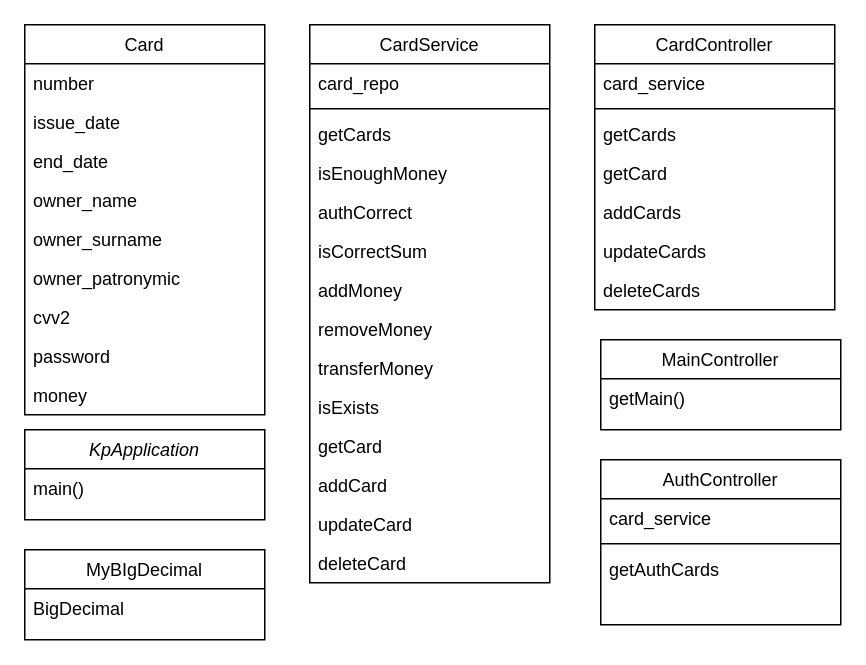
Before: CLass.drawio in UnknownBoom/UP, a draw.io diagram. Source tidied: cells renumbered, new cells numbered last; positions are measured from the earlier drawing's top-left corner, leaving out a move shared by most shapes. Both pictures are drawn from the tidied source at 150%, with x=0, y=0 at pixel (24, 24).
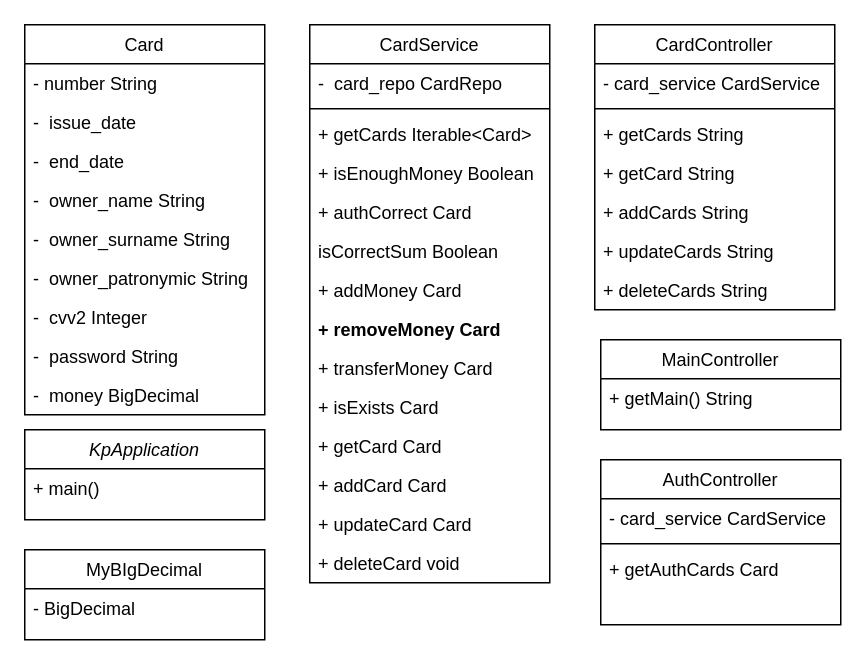
The same page after the edit.

The change refers to these unchanged cells:
```xml
<mxCell id="2" value="KpApplication" style="swimlane;fontStyle=2;align=center;verticalAlign=top;horizontal=1;startSize=26;rounded=0;shadow=0;strokeWidth=1;" parent="1" vertex="1">
  <mxGeometry y="270" width="160" height="60" as="geometry" />
</mxCell>
<mxCell id="4" value="Card" style="swimlane;fontStyle=0;align=center;verticalAlign=top;horizontal=1;startSize=26;rounded=0;shadow=0;strokeWidth=1;" parent="1" vertex="1">
  <mxGeometry width="160" height="260" as="geometry" />
</mxCell>
<mxCell id="14" value="MyBIgDecimal" style="swimlane;fontStyle=0;align=center;verticalAlign=top;horizontal=1;startSize=26;rounded=0;shadow=0;strokeWidth=1;" parent="1" vertex="1">
  <mxGeometry y="350" width="160" height="60" as="geometry" />
</mxCell>
<mxCell id="16" value="CardService" style="swimlane;fontStyle=0;align=center;verticalAlign=top;horizontal=1;startSize=26;rounded=0;shadow=0;strokeWidth=1;" parent="1" vertex="1">
  <mxGeometry x="190" width="160" height="372" as="geometry" />
</mxCell>
<mxCell id="31" value="MainController" style="swimlane;fontStyle=0;align=center;verticalAlign=top;horizontal=1;startSize=26;rounded=0;shadow=0;strokeWidth=1;" parent="1" vertex="1">
  <mxGeometry x="384" y="210" width="160" height="60" as="geometry" />
</mxCell>
<mxCell id="33" value="CardController" style="swimlane;fontStyle=0;align=center;verticalAlign=top;horizontal=1;startSize=26;rounded=0;shadow=0;strokeWidth=1;" parent="1" vertex="1">
  <mxGeometry x="380" width="160" height="190" as="geometry" />
</mxCell>
<mxCell id="41" value="AuthController" style="swimlane;fontStyle=0;align=center;verticalAlign=top;horizontal=1;startSize=26;rounded=0;shadow=0;strokeWidth=1;" parent="1" vertex="1">
  <mxGeometry x="384" y="290" width="160" height="110" as="geometry" />
</mxCell>
```

The edit, as a diff of the source:
```diff
@@
-    <mxCell id="3" value="main()" style="text;align=left;verticalAlign=top;spacingLeft=4;spacingRight=4;overflow=hidden;" parent="2" vertex="1">
+    <mxCell id="3" value="+ main()" style="text;align=left;verticalAlign=top;spacingLeft=4;spacingRight=4;overflow=hidden;" parent="2" vertex="1">
       <mxGeometry y="26" width="160" height="26" as="geometry" />
     </mxCell>
@@
-    <mxCell id="5" value="number" style="text;align=left;verticalAlign=top;spacingLeft=4;spacingRight=4;overflow=hidden;" parent="4" vertex="1">
+    <mxCell id="5" value="- number String&#10;" style="text;align=left;verticalAlign=top;spacingLeft=4;spacingRight=4;overflow=hidden;" parent="4" vertex="1">
       <mxGeometry y="26" width="160" height="26" as="geometry" />
     </mxCell>
-    <mxCell id="6" value="issue_date" style="text;align=left;verticalAlign=top;spacingLeft=4;spacingRight=4;overflow=hidden;rounded=0;shadow=0;html=0;" parent="4" vertex="1">
+    <mxCell id="6" value="-  issue_date" style="text;align=left;verticalAlign=top;spacingLeft=4;spacingRight=4;overflow=hidden;rounded=0;shadow=0;html=0;" parent="4" vertex="1">
       <mxGeometry y="52" width="160" height="26" as="geometry" />
     </mxCell>
-    <mxCell id="7" value="end_date" style="text;align=left;verticalAlign=top;spacingLeft=4;spacingRight=4;overflow=hidden;rounded=0;shadow=0;html=0;" parent="4" vertex="1">
+    <mxCell id="7" value="-  end_date" style="text;align=left;verticalAlign=top;spacingLeft=4;spacingRight=4;overflow=hidden;rounded=0;shadow=0;html=0;" parent="4" vertex="1">
       <mxGeometry y="78" width="160" height="26" as="geometry" />
     </mxCell>
-    <mxCell id="8" value="owner_name" style="text;align=left;verticalAlign=top;spacingLeft=4;spacingRight=4;overflow=hidden;rounded=0;shadow=0;html=0;" parent="4" vertex="1">
+    <mxCell id="8" value="-  owner_name String" style="text;align=left;verticalAlign=top;spacingLeft=4;spacingRight=4;overflow=hidden;rounded=0;shadow=0;html=0;" parent="4" vertex="1">
       <mxGeometry y="104" width="160" height="26" as="geometry" />
     </mxCell>
-    <mxCell id="9" value="owner_surname" style="text;align=left;verticalAlign=top;spacingLeft=4;spacingRight=4;overflow=hidden;rounded=0;shadow=0;html=0;" parent="4" vertex="1">
+    <mxCell id="9" value="-  owner_surname  String" style="text;align=left;verticalAlign=top;spacingLeft=4;spacingRight=4;overflow=hidden;rounded=0;shadow=0;html=0;" parent="4" vertex="1">
       <mxGeometry y="130" width="160" height="26" as="geometry" />
     </mxCell>
-    <mxCell id="10" value="owner_patronymic" style="text;align=left;verticalAlign=top;spacingLeft=4;spacingRight=4;overflow=hidden;rounded=0;shadow=0;html=0;" parent="4" vertex="1">
+    <mxCell id="10" value="-  owner_patronymic String" style="text;align=left;verticalAlign=top;spacingLeft=4;spacingRight=4;overflow=hidden;rounded=0;shadow=0;html=0;" parent="4" vertex="1">
       <mxGeometry y="156" width="160" height="26" as="geometry" />
     </mxCell>
-    <mxCell id="11" value="cvv2" style="text;align=left;verticalAlign=top;spacingLeft=4;spacingRight=4;overflow=hidden;rounded=0;shadow=0;html=0;" parent="4" vertex="1">
+    <mxCell id="11" value="-  cvv2 Integer" style="text;align=left;verticalAlign=top;spacingLeft=4;spacingRight=4;overflow=hidden;rounded=0;shadow=0;html=0;" parent="4" vertex="1">
       <mxGeometry y="182" width="160" height="26" as="geometry" />
     </mxCell>
-    <mxCell id="12" value="password" style="text;align=left;verticalAlign=top;spacingLeft=4;spacingRight=4;overflow=hidden;rounded=0;shadow=0;html=0;" parent="4" vertex="1">
+    <mxCell id="12" value="-  password  String" style="text;align=left;verticalAlign=top;spacingLeft=4;spacingRight=4;overflow=hidden;rounded=0;shadow=0;html=0;" parent="4" vertex="1">
       <mxGeometry y="208" width="160" height="26" as="geometry" />
     </mxCell>
-    <mxCell id="13" value="money" style="text;align=left;verticalAlign=top;spacingLeft=4;spacingRight=4;overflow=hidden;rounded=0;shadow=0;html=0;" parent="4" vertex="1">
+    <mxCell id="13" value="-  money BigDecimal" style="text;align=left;verticalAlign=top;spacingLeft=4;spacingRight=4;overflow=hidden;rounded=0;shadow=0;html=0;" parent="4" vertex="1">
       <mxGeometry y="234" width="160" height="26" as="geometry" />
     </mxCell>
@@
-    <mxCell id="15" value="BigDecimal" style="text;align=left;verticalAlign=top;spacingLeft=4;spacingRight=4;overflow=hidden;" parent="14" vertex="1">
+    <mxCell id="15" value="- BigDecimal" style="text;align=left;verticalAlign=top;spacingLeft=4;spacingRight=4;overflow=hidden;" parent="14" vertex="1">
       <mxGeometry y="26" width="160" height="26" as="geometry" />
     </mxCell>
@@
-    <mxCell id="17" value="card_repo" style="text;align=left;verticalAlign=top;spacingLeft=4;spacingRight=4;overflow=hidden;" parent="16" vertex="1">
+    <mxCell id="17" value="-  card_repo CardRepo" style="text;align=left;verticalAlign=top;spacingLeft=4;spacingRight=4;overflow=hidden;" parent="16" vertex="1">
       <mxGeometry y="26" width="160" height="26" as="geometry" />
     </mxCell>
@@
-    <mxCell id="19" value="getCards" style="text;align=left;verticalAlign=top;spacingLeft=4;spacingRight=4;overflow=hidden;rounded=0;shadow=0;html=0;" parent="16" vertex="1">
+    <mxCell id="19" value="+ getCards Iterable&lt;Card&gt;" style="text;align=left;verticalAlign=top;spacingLeft=4;spacingRight=4;overflow=hidden;rounded=0;shadow=0;html=0;" parent="16" vertex="1">
       <mxGeometry y="60" width="160" height="26" as="geometry" />
     </mxCell>
-    <mxCell id="20" value="isEnoughMoney" style="text;align=left;verticalAlign=top;spacingLeft=4;spacingRight=4;overflow=hidden;rounded=0;shadow=0;html=0;" parent="16" vertex="1">
+    <mxCell id="20" value="+ isEnoughMoney Boolean" style="text;align=left;verticalAlign=top;spacingLeft=4;spacingRight=4;overflow=hidden;rounded=0;shadow=0;html=0;" parent="16" vertex="1">
       <mxGeometry y="86" width="160" height="26" as="geometry" />
     </mxCell>
-    <mxCell id="21" value="authCorrect" style="text;align=left;verticalAlign=top;spacingLeft=4;spacingRight=4;overflow=hidden;rounded=0;shadow=0;html=0;" parent="16" vertex="1">
+    <mxCell id="21" value="+ authCorrect Card" style="text;align=left;verticalAlign=top;spacingLeft=4;spacingRight=4;overflow=hidden;rounded=0;shadow=0;html=0;" parent="16" vertex="1">
       <mxGeometry y="112" width="160" height="26" as="geometry" />
     </mxCell>
-    <mxCell id="22" value="isCorrectSum" style="text;align=left;verticalAlign=top;spacingLeft=4;spacingRight=4;overflow=hidden;rounded=0;shadow=0;html=0;" parent="16" vertex="1">
+    <mxCell id="22" value="isCorrectSum Boolean" style="text;align=left;verticalAlign=top;spacingLeft=4;spacingRight=4;overflow=hidden;rounded=0;shadow=0;html=0;" parent="16" vertex="1">
       <mxGeometry y="138" width="160" height="26" as="geometry" />
     </mxCell>
-    <mxCell id="23" value="addMoney" style="text;align=left;verticalAlign=top;spacingLeft=4;spacingRight=4;overflow=hidden;" parent="16" vertex="1">
+    <mxCell id="23" value="+ addMoney Card" style="text;align=left;verticalAlign=top;spacingLeft=4;spacingRight=4;overflow=hidden;" parent="16" vertex="1">
       <mxGeometry y="164" width="160" height="26" as="geometry" />
     </mxCell>
-    <mxCell id="24" value="removeMoney" style="text;align=left;verticalAlign=top;spacingLeft=4;spacingRight=4;overflow=hidden;" parent="16" vertex="1">
+    <mxCell id="24" value="+ removeMoney  Card" style="text;align=left;verticalAlign=top;spacingLeft=4;spacingRight=4;overflow=hidden;fontStyle=1;" parent="16" vertex="1">
       <mxGeometry y="190" width="160" height="26" as="geometry" />
     </mxCell>
-    <mxCell id="25" value="transferMoney" style="text;align=left;verticalAlign=top;spacingLeft=4;spacingRight=4;overflow=hidden;" parent="16" vertex="1">
+    <mxCell id="25" value="+ transferMoney Card" style="text;align=left;verticalAlign=top;spacingLeft=4;spacingRight=4;overflow=hidden;" parent="16" vertex="1">
       <mxGeometry y="216" width="160" height="26" as="geometry" />
     </mxCell>
-    <mxCell id="26" value="isExists" style="text;align=left;verticalAlign=top;spacingLeft=4;spacingRight=4;overflow=hidden;" parent="16" vertex="1">
+    <mxCell id="26" value="+ isExists Card" style="text;align=left;verticalAlign=top;spacingLeft=4;spacingRight=4;overflow=hidden;" parent="16" vertex="1">
       <mxGeometry y="242" width="160" height="26" as="geometry" />
     </mxCell>
-    <mxCell id="27" value="getCard" style="text;align=left;verticalAlign=top;spacingLeft=4;spacingRight=4;overflow=hidden;" parent="16" vertex="1">
+    <mxCell id="27" value="+ getCard  Card" style="text;align=left;verticalAlign=top;spacingLeft=4;spacingRight=4;overflow=hidden;" parent="16" vertex="1">
       <mxGeometry y="268" width="160" height="26" as="geometry" />
     </mxCell>
-    <mxCell id="28" value="addCard" style="text;align=left;verticalAlign=top;spacingLeft=4;spacingRight=4;overflow=hidden;" parent="16" vertex="1">
+    <mxCell id="28" value="+ addCard  Card" style="text;align=left;verticalAlign=top;spacingLeft=4;spacingRight=4;overflow=hidden;" parent="16" vertex="1">
       <mxGeometry y="294" width="160" height="26" as="geometry" />
     </mxCell>
-    <mxCell id="29" value="updateCard" style="text;align=left;verticalAlign=top;spacingLeft=4;spacingRight=4;overflow=hidden;" parent="16" vertex="1">
+    <mxCell id="29" value="+ updateCard  Card" style="text;align=left;verticalAlign=top;spacingLeft=4;spacingRight=4;overflow=hidden;" parent="16" vertex="1">
       <mxGeometry y="320" width="160" height="26" as="geometry" />
     </mxCell>
-    <mxCell id="30" value="deleteCard" style="text;align=left;verticalAlign=top;spacingLeft=4;spacingRight=4;overflow=hidden;" parent="16" vertex="1">
+    <mxCell id="30" value="+ deleteCard void" style="text;align=left;verticalAlign=top;spacingLeft=4;spacingRight=4;overflow=hidden;" parent="16" vertex="1">
       <mxGeometry y="346" width="160" height="26" as="geometry" />
     </mxCell>
@@
-    <mxCell id="32" value="getMain()" style="text;align=left;verticalAlign=top;spacingLeft=4;spacingRight=4;overflow=hidden;" parent="31" vertex="1">
+    <mxCell id="32" value="+ getMain() String" style="text;align=left;verticalAlign=top;spacingLeft=4;spacingRight=4;overflow=hidden;" parent="31" vertex="1">
       <mxGeometry y="26" width="160" height="26" as="geometry" />
     </mxCell>
@@
-    <mxCell id="34" value="card_service" style="text;align=left;verticalAlign=top;spacingLeft=4;spacingRight=4;overflow=hidden;" parent="33" vertex="1">
+    <mxCell id="34" value="- card_service CardService" style="text;align=left;verticalAlign=top;spacingLeft=4;spacingRight=4;overflow=hidden;" parent="33" vertex="1">
       <mxGeometry y="26" width="160" height="26" as="geometry" />
     </mxCell>
@@
-    <mxCell id="36" value="getCards" style="text;align=left;verticalAlign=top;spacingLeft=4;spacingRight=4;overflow=hidden;rounded=0;shadow=0;html=0;" parent="33" vertex="1">
+    <mxCell id="36" value="+ getCards String" style="text;align=left;verticalAlign=top;spacingLeft=4;spacingRight=4;overflow=hidden;rounded=0;shadow=0;html=0;" parent="33" vertex="1">
       <mxGeometry y="60" width="160" height="26" as="geometry" />
     </mxCell>
-    <mxCell id="37" value="getCard" style="text;align=left;verticalAlign=top;spacingLeft=4;spacingRight=4;overflow=hidden;rounded=0;shadow=0;html=0;" parent="33" vertex="1">
+    <mxCell id="37" value="+ getCard String " style="text;align=left;verticalAlign=top;spacingLeft=4;spacingRight=4;overflow=hidden;rounded=0;shadow=0;html=0;" parent="33" vertex="1">
       <mxGeometry y="86" width="160" height="26" as="geometry" />
     </mxCell>
-    <mxCell id="38" value="addCards" style="text;align=left;verticalAlign=top;spacingLeft=4;spacingRight=4;overflow=hidden;rounded=0;shadow=0;html=0;" parent="33" vertex="1">
+    <mxCell id="38" value="+ addCards String" style="text;align=left;verticalAlign=top;spacingLeft=4;spacingRight=4;overflow=hidden;rounded=0;shadow=0;html=0;" parent="33" vertex="1">
       <mxGeometry y="112" width="160" height="26" as="geometry" />
     </mxCell>
-    <mxCell id="39" value="updateCards" style="text;align=left;verticalAlign=top;spacingLeft=4;spacingRight=4;overflow=hidden;rounded=0;shadow=0;html=0;" parent="33" vertex="1">
+    <mxCell id="39" value="+ updateCards String" style="text;align=left;verticalAlign=top;spacingLeft=4;spacingRight=4;overflow=hidden;rounded=0;shadow=0;html=0;" parent="33" vertex="1">
       <mxGeometry y="138" width="160" height="26" as="geometry" />
     </mxCell>
-    <mxCell id="40" value="deleteCards" style="text;align=left;verticalAlign=top;spacingLeft=4;spacingRight=4;overflow=hidden;" parent="33" vertex="1">
+    <mxCell id="40" value="+ deleteCards String" style="text;align=left;verticalAlign=top;spacingLeft=4;spacingRight=4;overflow=hidden;" parent="33" vertex="1">
       <mxGeometry y="164" width="160" height="26" as="geometry" />
     </mxCell>
@@
-    <mxCell id="42" value="card_service" style="text;align=left;verticalAlign=top;spacingLeft=4;spacingRight=4;overflow=hidden;" parent="41" vertex="1">
+    <mxCell id="42" value="- card_service CardService" style="text;align=left;verticalAlign=top;spacingLeft=4;spacingRight=4;overflow=hidden;" parent="41" vertex="1">
       <mxGeometry y="26" width="160" height="26" as="geometry" />
     </mxCell>
@@
-    <mxCell id="44" value="getAuthCards" style="text;align=left;verticalAlign=top;spacingLeft=4;spacingRight=4;overflow=hidden;rounded=0;shadow=0;html=0;" parent="41" vertex="1">
+    <mxCell id="44" value="+ getAuthCards Card" style="text;align=left;verticalAlign=top;spacingLeft=4;spacingRight=4;overflow=hidden;rounded=0;shadow=0;html=0;" parent="41" vertex="1">
       <mxGeometry y="60" width="160" height="26" as="geometry" />
     </mxCell>
```
